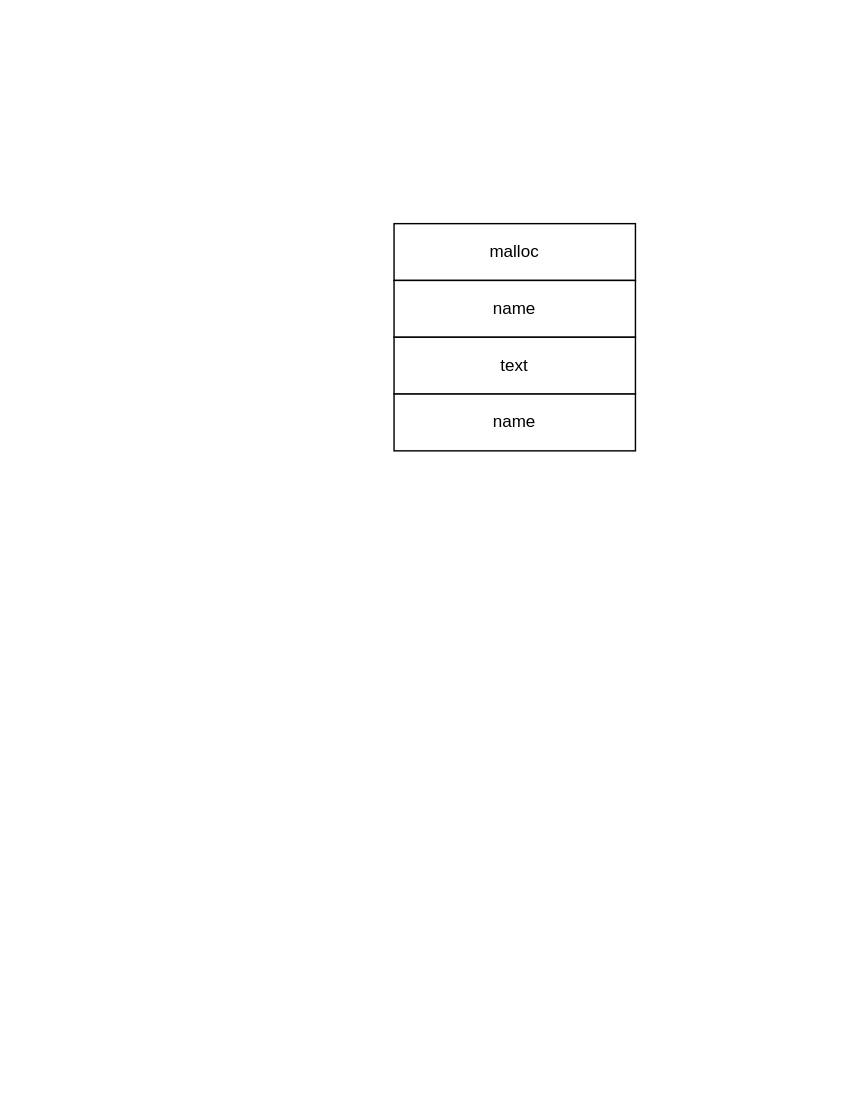
Earlier version of the draw.io diagram blog/babyfengshui_33c3_2016.drawio (Zephyrccc/ImageHostingService). Source tidied: cells renumbered, new cells numbered last; positions are measured from the earlier drawing's top-left corner, leaving out a move shared by most shapes. Both pictures are drawn from the tidied source at 142%, with x=0, y=0 at pixel (393, 223).
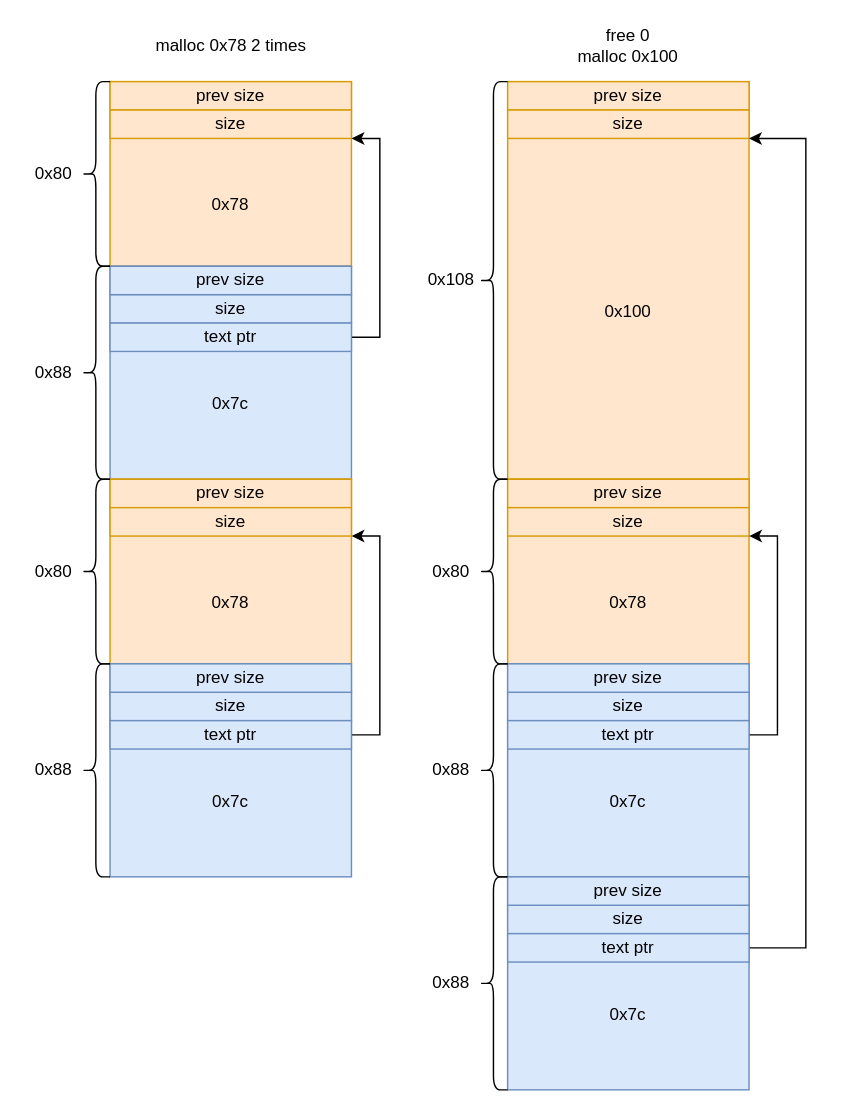
Above is the later version.

Change to the diagram source:
```diff
@@
-    <mxCell id="2" value="malloc" style="rounded=0;whiteSpace=wrap;html=1;" parent="1" vertex="1">
-      <mxGeometry width="170" height="40" as="geometry" />
-    </mxCell>
-    <mxCell id="3" value="name" style="rounded=0;whiteSpace=wrap;html=1;" parent="1" vertex="1">
-      <mxGeometry y="40" width="170" height="40" as="geometry" />
-    </mxCell>
-    <mxCell id="4" value="text" style="rounded=0;whiteSpace=wrap;html=1;" parent="1" vertex="1">
-      <mxGeometry y="80" width="170" height="40" as="geometry" />
-    </mxCell>
-    <mxCell id="5" value="name" style="rounded=0;whiteSpace=wrap;html=1;" parent="1" vertex="1">
-      <mxGeometry y="120" width="170" height="40" as="geometry" />
-    </mxCell>
+    <mxCell id="6" value="&lt;br&gt;&lt;br&gt;&lt;br&gt;0x78" style="rounded=0;whiteSpace=wrap;html=1;fillColor=#ffe6cc;strokeColor=#d79b00;" parent="1" vertex="1">
+      <mxGeometry x="-200" y="-100" width="170" height="130" as="geometry" />
+    </mxCell>
+    <mxCell id="7" value="&lt;br&gt;&lt;br&gt;&lt;br&gt;0x7c" style="rounded=0;whiteSpace=wrap;html=1;fillColor=#dae8fc;strokeColor=#6c8ebf;" parent="1" vertex="1">
+      <mxGeometry x="-200" y="30" width="170" height="150" as="geometry" />
+    </mxCell>
+    <mxCell id="8" style="edgeStyle=orthogonalEdgeStyle;rounded=0;orthogonalLoop=1;jettySize=auto;html=1;exitX=1;exitY=0.5;exitDx=0;exitDy=0;entryX=1;entryY=1;entryDx=0;entryDy=0;" parent="1" edge="1">
+      <mxGeometry relative="1" as="geometry">
+        <mxPoint x="-30" y="305" as="sourcePoint" />
+        <Array as="points">
+          <mxPoint x="-10" y="305" />
+          <mxPoint x="-10" y="220" />
+        </Array>
+      </mxGeometry>
+    </mxCell>
+    <mxCell id="9" value="prev size" style="rounded=0;whiteSpace=wrap;html=1;fillColor=#ffe6cc;strokeColor=#d79b00;" parent="1" vertex="1">
+      <mxGeometry x="-200" y="-100" width="170" height="20" as="geometry" />
+    </mxCell>
+    <mxCell id="10" value="malloc 0x78&amp;nbsp;2 times" style="text;html=1;strokeColor=none;fillColor=none;align=center;verticalAlign=middle;whiteSpace=wrap;rounded=0;" parent="1" vertex="1">
+      <mxGeometry x="-177.5" y="-140" width="125" height="30" as="geometry" />
+    </mxCell>
+    <mxCell id="11" value="free 0&lt;br&gt;malloc 0x100" style="text;html=1;strokeColor=none;fillColor=none;align=center;verticalAlign=middle;whiteSpace=wrap;rounded=0;" parent="1" vertex="1">
+      <mxGeometry x="115" y="-140" width="100" height="30" as="geometry" />
+    </mxCell>
+    <mxCell id="12" value="size" style="rounded=0;whiteSpace=wrap;html=1;fillColor=#dae8fc;strokeColor=#6c8ebf;" parent="1" vertex="1">
+      <mxGeometry x="-200" y="50" width="170" height="20" as="geometry" />
+    </mxCell>
+    <mxCell id="13" value="prev size" style="rounded=0;whiteSpace=wrap;html=1;fillColor=#dae8fc;strokeColor=#6c8ebf;" parent="1" vertex="1">
+      <mxGeometry x="-200" y="30" width="170" height="20" as="geometry" />
+    </mxCell>
+    <mxCell id="14" value="size" style="rounded=0;whiteSpace=wrap;html=1;fillColor=#ffe6cc;strokeColor=#d79b00;" parent="1" vertex="1">
+      <mxGeometry x="-200" y="-80" width="170" height="20" as="geometry" />
+    </mxCell>
+    <mxCell id="15" style="edgeStyle=orthogonalEdgeStyle;rounded=0;jettySize=auto;html=1;exitX=1;exitY=0.5;exitDx=0;exitDy=0;" parent="1" edge="1" source="16">
+      <mxGeometry relative="1" as="geometry">
+        <mxPoint x="-29.9" y="-60" as="targetPoint" />
+        <Array as="points">
+          <mxPoint x="-10" y="80" />
+          <mxPoint x="-10" y="-60" />
+        </Array>
+      </mxGeometry>
+    </mxCell>
+    <mxCell id="16" value="text ptr" style="rounded=0;whiteSpace=wrap;html=1;fillColor=#dae8fc;strokeColor=#6c8ebf;" parent="1" vertex="1">
+      <mxGeometry x="-200" y="70" width="170" height="20" as="geometry" />
+    </mxCell>
+    <mxCell id="17" style="shape=curlyBracket;whiteSpace=wrap;html=1;rounded=1;" parent="1" vertex="1">
+      <mxGeometry x="-220" y="-100" width="20" height="130" as="geometry" />
+    </mxCell>
+    <mxCell id="18" value="0x80" style="text;html=1;align=center;verticalAlign=middle;strokeColor=none;fillColor=none;" parent="1" vertex="1">
+      <mxGeometry x="-260" y="-45" width="40" height="20" as="geometry" />
+    </mxCell>
+    <mxCell id="19" style="shape=curlyBracket;whiteSpace=wrap;html=1;rounded=1;" parent="1" vertex="1">
+      <mxGeometry x="-220" y="30" width="20" height="150" as="geometry" />
+    </mxCell>
+    <mxCell id="20" value="0x88" style="text;html=1;align=center;verticalAlign=middle;strokeColor=none;fillColor=none;" parent="1" vertex="1">
+      <mxGeometry x="-260" y="95" width="40" height="20" as="geometry" />
+    </mxCell>
+    <mxCell id="21" value="&lt;br&gt;&lt;br&gt;&lt;br&gt;0x78" style="rounded=0;whiteSpace=wrap;html=1;fillColor=#ffe6cc;strokeColor=#d79b00;" parent="1" vertex="1">
+      <mxGeometry x="-200" y="180" width="170" height="130" as="geometry" />
+    </mxCell>
+    <mxCell id="22" value="&lt;br&gt;&lt;br&gt;&lt;br&gt;0x7c" style="rounded=0;whiteSpace=wrap;html=1;fillColor=#dae8fc;strokeColor=#6c8ebf;" parent="1" vertex="1">
+      <mxGeometry x="-200" y="310" width="170" height="150" as="geometry" />
+    </mxCell>
+    <mxCell id="23" value="prev size" style="rounded=0;whiteSpace=wrap;html=1;fillColor=#ffe6cc;strokeColor=#d79b00;" parent="1" vertex="1">
+      <mxGeometry x="-200" y="180" width="170" height="20" as="geometry" />
+    </mxCell>
+    <mxCell id="24" value="size" style="rounded=0;whiteSpace=wrap;html=1;fillColor=#dae8fc;strokeColor=#6c8ebf;" parent="1" vertex="1">
+      <mxGeometry x="-200" y="330" width="170" height="20" as="geometry" />
+    </mxCell>
+    <mxCell id="25" value="prev size" style="rounded=0;whiteSpace=wrap;html=1;fillColor=#dae8fc;strokeColor=#6c8ebf;" parent="1" vertex="1">
+      <mxGeometry x="-200" y="310" width="170" height="20" as="geometry" />
+    </mxCell>
+    <mxCell id="26" value="size" style="rounded=0;whiteSpace=wrap;html=1;fillColor=#ffe6cc;strokeColor=#d79b00;" parent="1" vertex="1">
+      <mxGeometry x="-200" y="200" width="170" height="20" as="geometry" />
+    </mxCell>
+    <mxCell id="27" style="edgeStyle=orthogonalEdgeStyle;rounded=0;jettySize=auto;html=1;exitX=1;exitY=0.5;exitDx=0;exitDy=0;" parent="1" edge="1" source="28">
+      <mxGeometry relative="1" as="geometry">
+        <mxPoint x="-29.9" y="220" as="targetPoint" />
+        <Array as="points">
+          <mxPoint x="-10" y="360" />
+          <mxPoint x="-10" y="220" />
+        </Array>
+      </mxGeometry>
+    </mxCell>
+    <mxCell id="28" value="text ptr" style="rounded=0;whiteSpace=wrap;html=1;fillColor=#dae8fc;strokeColor=#6c8ebf;" parent="1" vertex="1">
+      <mxGeometry x="-200" y="350" width="170" height="20" as="geometry" />
+    </mxCell>
+    <mxCell id="29" style="shape=curlyBracket;whiteSpace=wrap;html=1;rounded=1;" parent="1" vertex="1">
+      <mxGeometry x="-220" y="180" width="20" height="130" as="geometry" />
+    </mxCell>
+    <mxCell id="30" value="0x80" style="text;html=1;align=center;verticalAlign=middle;strokeColor=none;fillColor=none;" parent="1" vertex="1">
+      <mxGeometry x="-260" y="235" width="40" height="20" as="geometry" />
+    </mxCell>
+    <mxCell id="31" style="shape=curlyBracket;whiteSpace=wrap;html=1;rounded=1;" parent="1" vertex="1">
+      <mxGeometry x="-220" y="310" width="20" height="150" as="geometry" />
+    </mxCell>
+    <mxCell id="32" value="0x88" style="text;html=1;align=center;verticalAlign=middle;strokeColor=none;fillColor=none;" parent="1" vertex="1">
+      <mxGeometry x="-260" y="375" width="40" height="20" as="geometry" />
+    </mxCell>
+    <mxCell id="33" value="&lt;br&gt;&lt;br&gt;&lt;br&gt;0x100" style="rounded=0;whiteSpace=wrap;html=1;fillColor=#ffe6cc;strokeColor=#d79b00;" parent="1" vertex="1">
+      <mxGeometry x="80" y="-100" width="170" height="280" as="geometry" />
+    </mxCell>
+    <mxCell id="34" value="prev size" style="rounded=0;whiteSpace=wrap;html=1;fillColor=#ffe6cc;strokeColor=#d79b00;" parent="1" vertex="1">
+      <mxGeometry x="80" y="-100" width="170" height="20" as="geometry" />
+    </mxCell>
+    <mxCell id="35" value="size" style="rounded=0;whiteSpace=wrap;html=1;fillColor=#ffe6cc;strokeColor=#d79b00;" parent="1" vertex="1">
+      <mxGeometry x="80" y="-80" width="170" height="20" as="geometry" />
+    </mxCell>
+    <mxCell id="36" style="shape=curlyBracket;whiteSpace=wrap;html=1;rounded=1;" parent="1" vertex="1">
+      <mxGeometry x="60" y="-100" width="20" height="280" as="geometry" />
+    </mxCell>
+    <mxCell id="37" value="0x108" style="text;html=1;align=center;verticalAlign=middle;strokeColor=none;fillColor=none;" parent="1" vertex="1">
+      <mxGeometry x="15" y="30" width="50" height="20" as="geometry" />
+    </mxCell>
+    <mxCell id="38" value="&lt;br&gt;&lt;br&gt;&lt;br&gt;0x78" style="rounded=0;whiteSpace=wrap;html=1;fillColor=#ffe6cc;strokeColor=#d79b00;" parent="1" vertex="1">
+      <mxGeometry x="80" y="180" width="170" height="130" as="geometry" />
+    </mxCell>
+    <mxCell id="39" value="&lt;br&gt;&lt;br&gt;&lt;br&gt;0x7c" style="rounded=0;whiteSpace=wrap;html=1;fillColor=#dae8fc;strokeColor=#6c8ebf;" parent="1" vertex="1">
+      <mxGeometry x="80" y="310" width="170" height="150" as="geometry" />
+    </mxCell>
+    <mxCell id="40" value="prev size" style="rounded=0;whiteSpace=wrap;html=1;fillColor=#ffe6cc;strokeColor=#d79b00;" parent="1" vertex="1">
+      <mxGeometry x="80" y="180" width="170" height="20" as="geometry" />
+    </mxCell>
+    <mxCell id="41" value="size" style="rounded=0;whiteSpace=wrap;html=1;fillColor=#dae8fc;strokeColor=#6c8ebf;" parent="1" vertex="1">
+      <mxGeometry x="80" y="330" width="170" height="20" as="geometry" />
+    </mxCell>
+    <mxCell id="42" value="prev size" style="rounded=0;whiteSpace=wrap;html=1;fillColor=#dae8fc;strokeColor=#6c8ebf;" parent="1" vertex="1">
+      <mxGeometry x="80" y="310" width="170" height="20" as="geometry" />
+    </mxCell>
+    <mxCell id="43" value="size" style="rounded=0;whiteSpace=wrap;html=1;fillColor=#ffe6cc;strokeColor=#d79b00;" parent="1" vertex="1">
+      <mxGeometry x="80" y="200" width="170" height="20" as="geometry" />
+    </mxCell>
+    <mxCell id="44" style="edgeStyle=orthogonalEdgeStyle;rounded=0;jettySize=auto;html=1;exitX=1;exitY=0.5;exitDx=0;exitDy=0;" parent="1" edge="1" source="45">
+      <mxGeometry relative="1" as="geometry">
+        <mxPoint x="250.1" y="220" as="targetPoint" />
+        <Array as="points">
+          <mxPoint x="270" y="360" />
+          <mxPoint x="270" y="220" />
+        </Array>
+      </mxGeometry>
+    </mxCell>
+    <mxCell id="45" value="text ptr" style="rounded=0;whiteSpace=wrap;html=1;fillColor=#dae8fc;strokeColor=#6c8ebf;" parent="1" vertex="1">
+      <mxGeometry x="80" y="350" width="170" height="20" as="geometry" />
+    </mxCell>
+    <mxCell id="46" style="shape=curlyBracket;whiteSpace=wrap;html=1;rounded=1;" parent="1" vertex="1">
+      <mxGeometry x="60" y="180" width="20" height="130" as="geometry" />
+    </mxCell>
+    <mxCell id="47" value="0x80" style="text;html=1;align=center;verticalAlign=middle;strokeColor=none;fillColor=none;" parent="1" vertex="1">
+      <mxGeometry x="20" y="235" width="40" height="20" as="geometry" />
+    </mxCell>
+    <mxCell id="48" style="shape=curlyBracket;whiteSpace=wrap;html=1;rounded=1;" parent="1" vertex="1">
+      <mxGeometry x="60" y="310" width="20" height="150" as="geometry" />
+    </mxCell>
+    <mxCell id="49" value="0x88" style="text;html=1;align=center;verticalAlign=middle;strokeColor=none;fillColor=none;" parent="1" vertex="1">
+      <mxGeometry x="20" y="375" width="40" height="20" as="geometry" />
+    </mxCell>
+    <mxCell id="50" value="&lt;br&gt;&lt;br&gt;&lt;br&gt;0x7c" style="rounded=0;whiteSpace=wrap;html=1;fillColor=#dae8fc;strokeColor=#6c8ebf;" parent="1" vertex="1">
+      <mxGeometry x="80" y="460" width="170" height="150" as="geometry" />
+    </mxCell>
+    <mxCell id="51" value="size" style="rounded=0;whiteSpace=wrap;html=1;fillColor=#dae8fc;strokeColor=#6c8ebf;" parent="1" vertex="1">
+      <mxGeometry x="80" y="480" width="170" height="20" as="geometry" />
+    </mxCell>
+    <mxCell id="52" value="prev size" style="rounded=0;whiteSpace=wrap;html=1;fillColor=#dae8fc;strokeColor=#6c8ebf;" parent="1" vertex="1">
+      <mxGeometry x="80" y="460" width="170" height="20" as="geometry" />
+    </mxCell>
+    <mxCell id="53" style="edgeStyle=orthogonalEdgeStyle;rounded=0;jettySize=auto;html=1;exitX=1;exitY=0.5;exitDx=0;exitDy=0;entryX=1;entryY=1;entryDx=0;entryDy=0;" parent="1" edge="1" source="54" target="35">
+      <mxGeometry relative="1" as="geometry">
+        <Array as="points">
+          <mxPoint x="290" y="510" />
+          <mxPoint x="290" y="-60" />
+        </Array>
+      </mxGeometry>
+    </mxCell>
+    <mxCell id="54" value="text ptr" style="rounded=0;whiteSpace=wrap;html=1;fillColor=#dae8fc;strokeColor=#6c8ebf;" parent="1" vertex="1">
+      <mxGeometry x="80" y="500" width="170" height="20" as="geometry" />
+    </mxCell>
+    <mxCell id="55" style="shape=curlyBracket;whiteSpace=wrap;html=1;rounded=1;" parent="1" vertex="1">
+      <mxGeometry x="60" y="460" width="20" height="150" as="geometry" />
+    </mxCell>
+    <mxCell id="56" value="0x88" style="text;html=1;align=center;verticalAlign=middle;strokeColor=none;fillColor=none;" parent="1" vertex="1">
+      <mxGeometry x="20" y="525" width="40" height="20" as="geometry" />
+    </mxCell>
```
